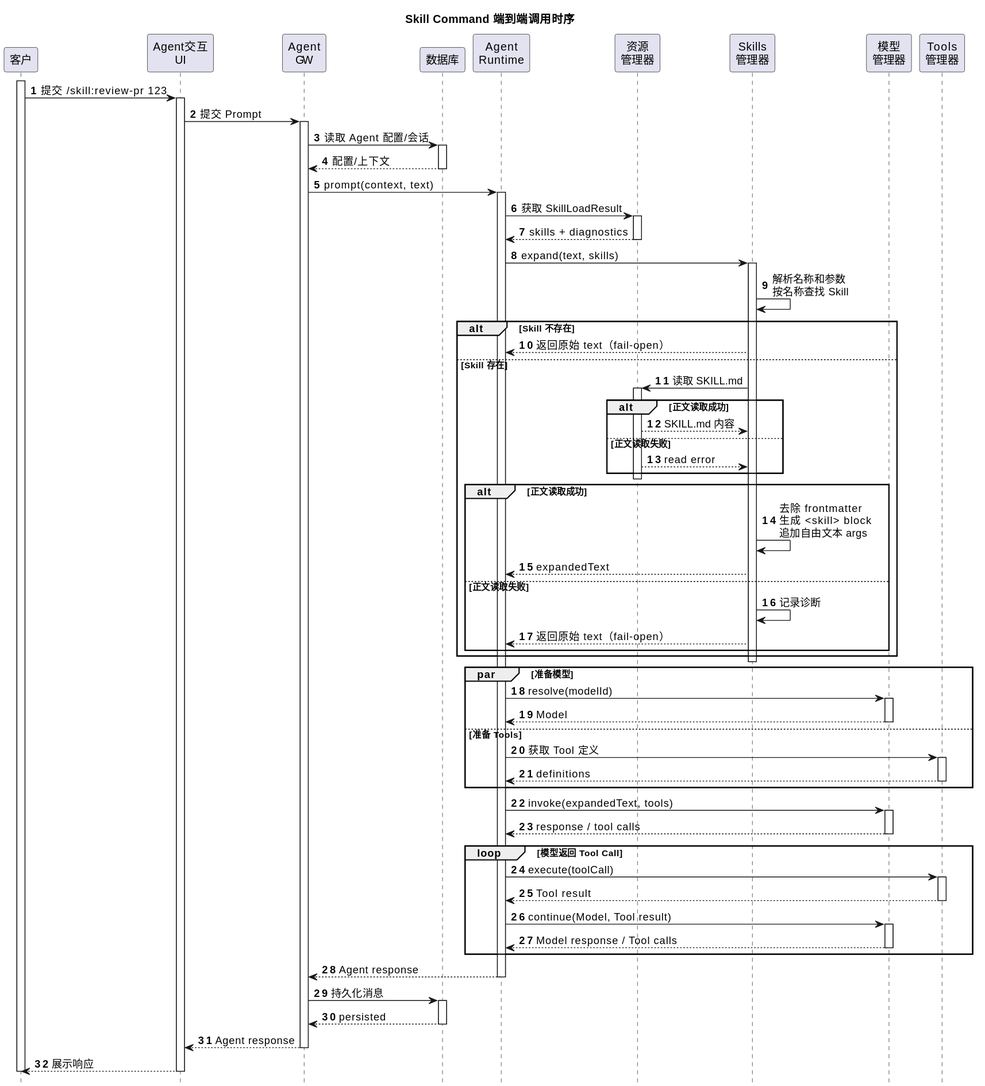
superheromeZzh/pi-mono-java-design keeps this PlantUML diagram as assets/skill-command-invocation.svg. Above is the earlier version.
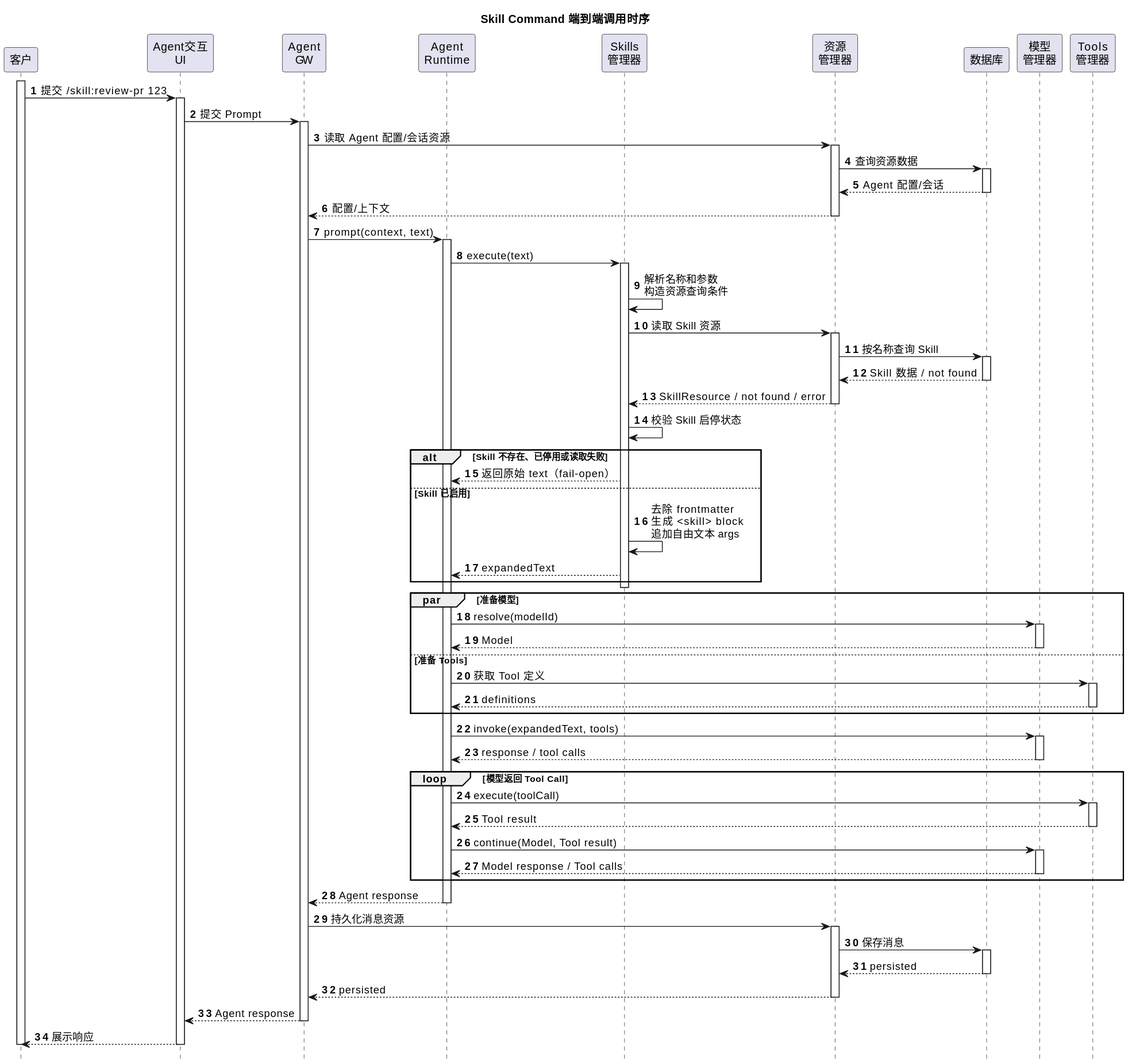
Later version of the same file.

Commit message:
docs: align skill platform responsibilities

Change to the diagram source:
```diff
@@ -8,10 +8,10 @@
 participant "客户" as Client
 participant "Agent交互\nUI" as UI
 participant "Agent\nGW" as Gateway
+participant "Agent\nRuntime" as Runtime
+participant "Skills\n管理器" as SkillsManager
+participant "资源\n管理器" as ResourceManager
 participant "数据库" as Database
-participant "Agent\nRuntime" as Runtime
-participant "资源\n管理器" as ResourceManager
-participant "Skills\n管理器" as SkillsManager
 participant "模型\n管理器" as ModelManager
 participant "Tools\n管理器" as ToolsManager
 
@@ -20,40 +20,35 @@
 activate UI
 UI -> Gateway: 提交 Prompt
 activate Gateway
-Gateway -> Database: 读取 Agent 配置/会话
+Gateway -> ResourceManager: 读取 Agent 配置/会话资源
+activate ResourceManager
+ResourceManager -> Database: 查询资源数据
 activate Database
-Database --> Gateway: 配置/上下文
+Database --> ResourceManager: Agent 配置/会话
 deactivate Database
+ResourceManager --> Gateway: 配置/上下文
+deactivate ResourceManager
 Gateway -> Runtime: prompt(context, text)
 activate Runtime
 
-Runtime -> ResourceManager: 获取 SkillLoadResult
+Runtime -> SkillsManager: execute(text)
+activate SkillsManager
+SkillsManager -> SkillsManager: 解析名称和参数\n构造资源查询条件
+SkillsManager -> ResourceManager: 读取 Skill 资源
 activate ResourceManager
-ResourceManager --> Runtime: skills + diagnostics
+ResourceManager -> Database: 按名称查询 Skill
+activate Database
+Database --> ResourceManager: Skill 数据 / not found
+deactivate Database
+ResourceManager --> SkillsManager: SkillResource / not found / error
 deactivate ResourceManager
-Runtime -> SkillsManager: expand(text, skills)
-activate SkillsManager
-SkillsManager -> SkillsManager: 解析名称和参数\n按名称查找 Skill
+SkillsManager -> SkillsManager: 校验 Skill 启停状态
 
-alt Skill 不存在
+alt Skill 不存在、已停用或读取失败
     SkillsManager --> Runtime: 返回原始 text（fail-open）
-else Skill 存在
-    SkillsManager -> ResourceManager: 读取 SKILL.md
-    activate ResourceManager
-    alt 正文读取成功
-        ResourceManager --> SkillsManager: SKILL.md 内容
-    else 正文读取失败
-        ResourceManager --> SkillsManager: read error
-    end
-    deactivate ResourceManager
-
-    alt 正文读取成功
-        SkillsManager -> SkillsManager: 去除 frontmatter\n生成 <skill> block\n追加自由文本 args
-        SkillsManager --> Runtime: expandedText
-    else 正文读取失败
-        SkillsManager -> SkillsManager: 记录诊断
-        SkillsManager --> Runtime: 返回原始 text（fail-open）
-    end
+else Skill 已启用
+    SkillsManager -> SkillsManager: 去除 frontmatter\n生成 <skill> block\n追加自由文本 args
+    SkillsManager --> Runtime: expandedText
 end
 deactivate SkillsManager
 
@@ -87,10 +82,14 @@
 
 Runtime --> Gateway: Agent response
 deactivate Runtime
-Gateway -> Database: 持久化消息
+Gateway -> ResourceManager: 持久化消息资源
+activate ResourceManager
+ResourceManager -> Database: 保存消息
 activate Database
-Database --> Gateway: persisted
+Database --> ResourceManager: persisted
 deactivate Database
+ResourceManager --> Gateway: persisted
+deactivate ResourceManager
 Gateway --> UI: Agent response
 deactivate Gateway
 UI --> Client: 展示响应
```
